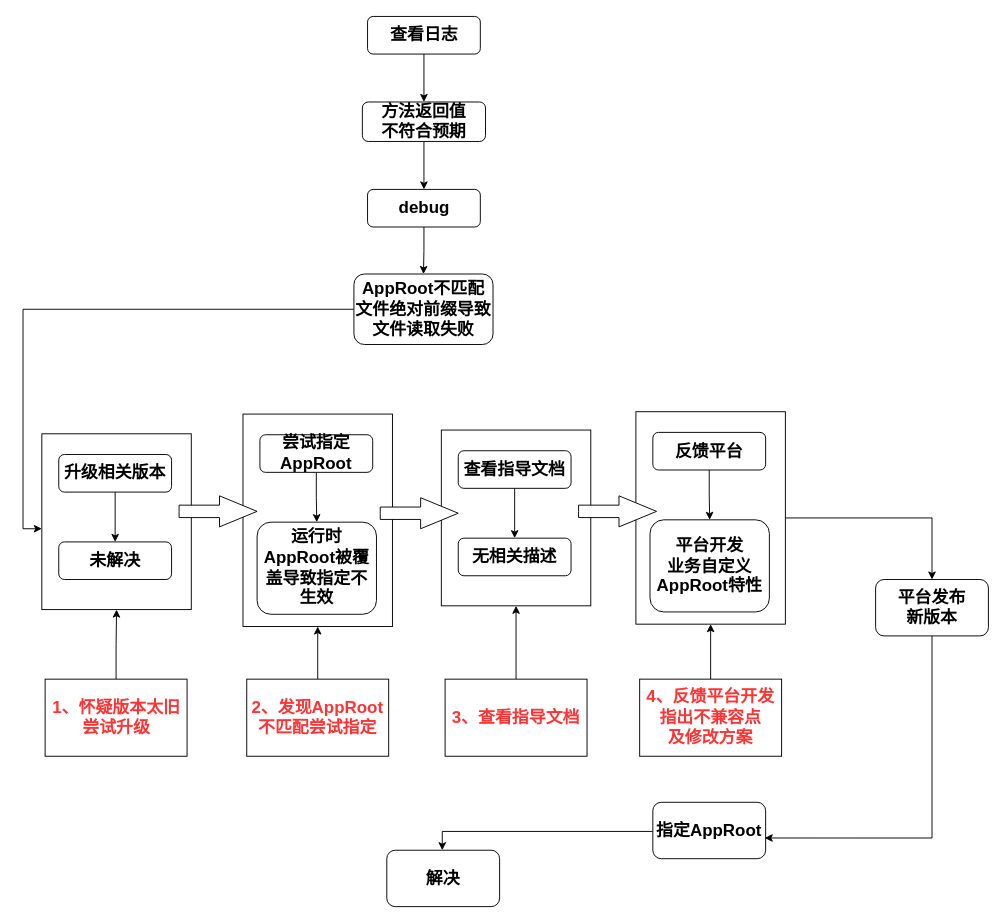
Before: AppRoot案例分析.drawio in IrvingLiang/Demo, a draw.io diagram. Source tidied: cells renumbered, new cells numbered last; positions are measured from the earlier drawing's top-left corner, leaving out a move shared by most shapes. Both pictures are drawn from the tidied source at 94%, with x=0, y=0 at pixel (41, 16).
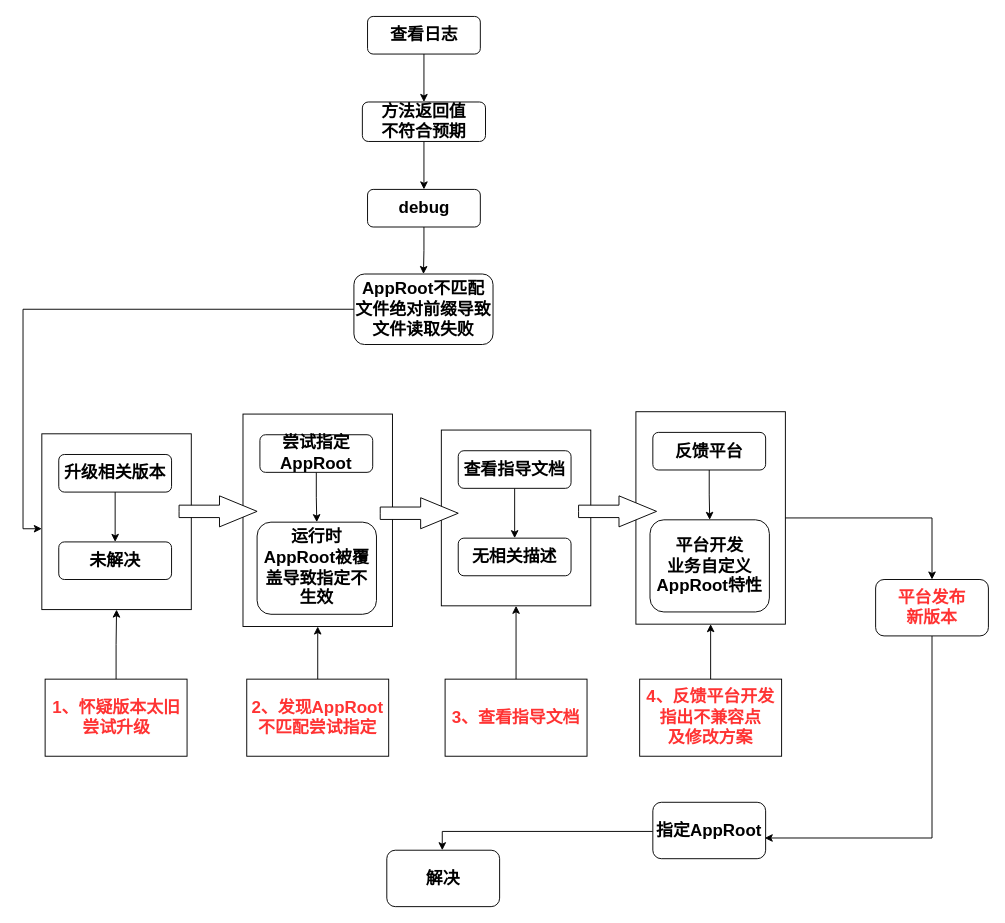
The same page after the edit.

Commit message (it also covers changes not shown here):
更新AppRoot案例分析.drawio

Change to the diagram source:
```diff
@@
-    <mxCell id="39" value="平台发布&lt;br&gt;新版本" style="whiteSpace=wrap;html=1;fontSize=18;rounded=1;fontStyle=1;" parent="1" vertex="1">
+    <mxCell id="39" value="平台发布&lt;br&gt;新版本" style="whiteSpace=wrap;html=1;fontSize=18;rounded=1;fontStyle=1;fontColor=#FF3333;" parent="1" vertex="1">
       <mxGeometry x="887" y="599" width="120" height="60" as="geometry" />
     </mxCell>
```
